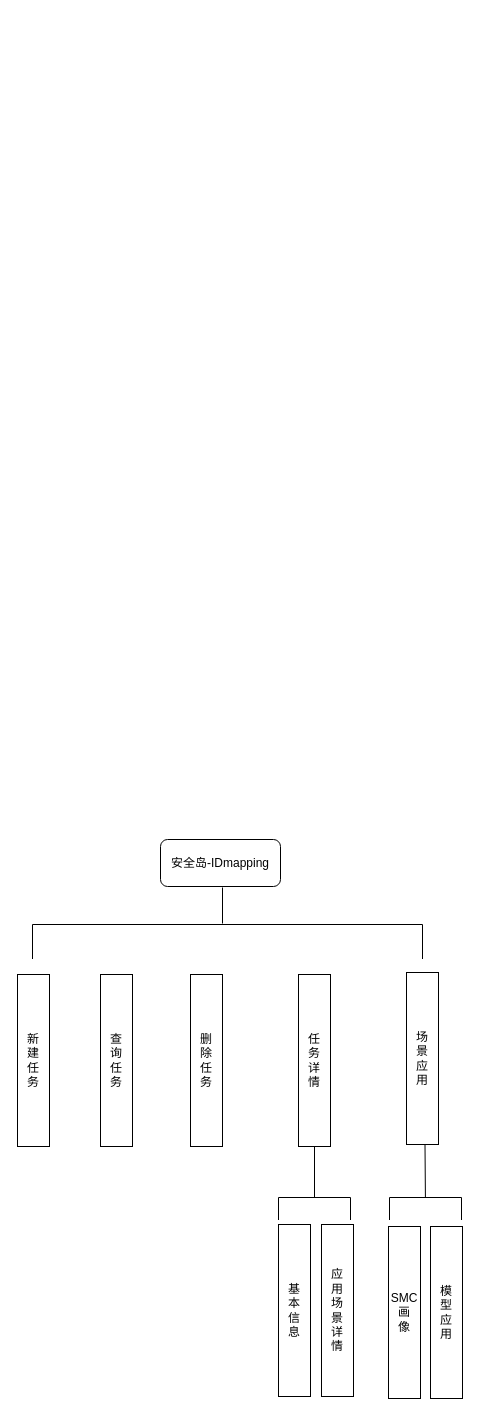
DThadch/draw keeps this draw.io diagram as 安全岛.drawio. Above is the earlier version. Source tidied: cells renumbered, new cells numbered last; positions are measured from the earlier drawing's top-left corner, leaving out a move shared by most shapes. Both pictures are drawn from the tidied source at 100%, with x=0, y=0 at pixel (17, 839).
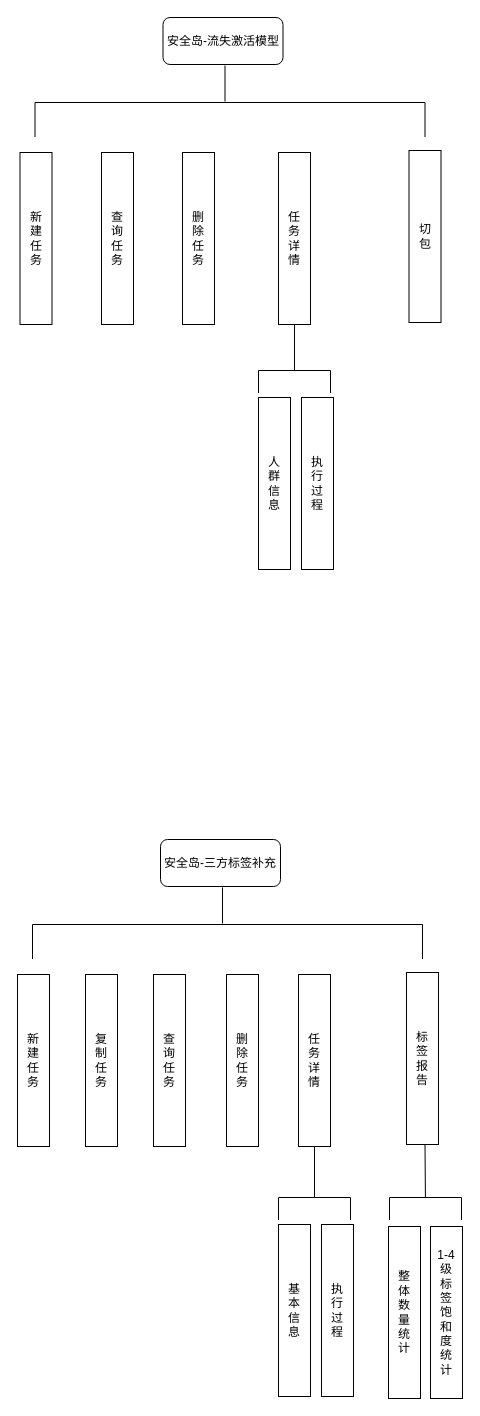
The same page after the edit.

Commit message (it also covers changes not shown here):
更新安全岛.drawio

Diff of the diagram source:
```diff
@@
-    <mxCell id="2" value="安全岛-IDmapping" style="rounded=1;whiteSpace=wrap;html=1;" parent="1" vertex="1">
+    <mxCell id="2" value="安全岛-三方标签补充" style="rounded=1;whiteSpace=wrap;html=1;" parent="1" vertex="1">
       <mxGeometry x="143" width="120" height="47" as="geometry" />
     </mxCell>
@@
     <mxCell id="4" value="查&lt;br&gt;询&lt;br&gt;任&lt;br&gt;务" style="rounded=0;whiteSpace=wrap;html=1;" parent="1" vertex="1">
-      <mxGeometry x="83" y="135" width="32" height="172" as="geometry" />
+      <mxGeometry x="136" y="135" width="32" height="172" as="geometry" />
     </mxCell>
     <mxCell id="5" value="删&lt;br&gt;除&lt;br&gt;任&lt;br&gt;务" style="rounded=0;whiteSpace=wrap;html=1;" parent="1" vertex="1">
-      <mxGeometry x="173" y="135" width="32" height="172" as="geometry" />
+      <mxGeometry x="209" y="135" width="32" height="172" as="geometry" />
     </mxCell>
@@
-    <mxCell id="7" value="场&lt;br&gt;景&lt;br&gt;应&lt;br&gt;用" style="rounded=0;whiteSpace=wrap;html=1;" parent="1" vertex="1">
+    <mxCell id="7" value="标&lt;br&gt;签&lt;br&gt;报&lt;br&gt;告" style="rounded=0;whiteSpace=wrap;html=1;" parent="1" vertex="1">
       <mxGeometry x="389" y="133" width="32" height="172" as="geometry" />
     </mxCell>
@@
-    <mxCell id="9" value="SMC画&lt;br&gt;像" style="rounded=0;whiteSpace=wrap;html=1;" parent="1" vertex="1">
+    <mxCell id="9" value="整&lt;br&gt;体&lt;br&gt;数&lt;br&gt;量&lt;br&gt;统&lt;br&gt;计" style="rounded=0;whiteSpace=wrap;html=1;" parent="1" vertex="1">
       <mxGeometry x="371" y="387" width="32" height="172" as="geometry" />
     </mxCell>
-    <mxCell id="10" value="应&lt;br&gt;用&lt;br&gt;场&lt;br&gt;景&lt;br&gt;详&lt;br&gt;情" style="rounded=0;whiteSpace=wrap;html=1;" parent="1" vertex="1">
+    <mxCell id="10" value="执&lt;br&gt;行&lt;br&gt;过&lt;br&gt;程" style="rounded=0;whiteSpace=wrap;html=1;" parent="1" vertex="1">
       <mxGeometry x="304" y="385" width="32" height="172" as="geometry" />
     </mxCell>
-    <mxCell id="11" value="模&lt;br&gt;型&lt;br&gt;应&lt;br&gt;用" style="rounded=0;whiteSpace=wrap;html=1;" parent="1" vertex="1">
+    <mxCell id="11" value="1-4&lt;br&gt;级&lt;br&gt;标&lt;br&gt;签&lt;br&gt;饱&lt;br&gt;和&lt;br&gt;度&lt;br&gt;统&lt;br&gt;计" style="rounded=0;whiteSpace=wrap;html=1;" parent="1" vertex="1">
       <mxGeometry x="413" y="387" width="32" height="172" as="geometry" />
     </mxCell>
@@
+    <mxCell id="18" value="复&lt;br&gt;制&lt;br&gt;任&lt;br&gt;务" style="rounded=0;whiteSpace=wrap;html=1;" parent="1" vertex="1">
+      <mxGeometry x="68" y="135" width="32" height="172" as="geometry" />
+    </mxCell>
+    <mxCell id="19" value="安全岛-流失激活模型" style="rounded=1;whiteSpace=wrap;html=1;" parent="1" vertex="1">
+      <mxGeometry x="145.5" y="-822" width="120" height="47" as="geometry" />
+    </mxCell>
+    <mxCell id="20" value="新&lt;br&gt;建&lt;br&gt;任&lt;br&gt;务" style="rounded=0;whiteSpace=wrap;html=1;" parent="1" vertex="1">
+      <mxGeometry x="2.5" y="-687" width="32" height="172" as="geometry" />
+    </mxCell>
+    <mxCell id="21" value="查&lt;br&gt;询&lt;br&gt;任&lt;br&gt;务" style="rounded=0;whiteSpace=wrap;html=1;" parent="1" vertex="1">
+      <mxGeometry x="84" y="-687" width="32" height="172" as="geometry" />
+    </mxCell>
+    <mxCell id="22" value="删&lt;br&gt;除&lt;br&gt;任&lt;br&gt;务" style="rounded=0;whiteSpace=wrap;html=1;" parent="1" vertex="1">
+      <mxGeometry x="165" y="-687" width="32" height="172" as="geometry" />
+    </mxCell>
+    <mxCell id="23" value="任&lt;br&gt;务&lt;br&gt;详&lt;br&gt;情" style="rounded=0;whiteSpace=wrap;html=1;" parent="1" vertex="1">
+      <mxGeometry x="261" y="-687" width="32" height="172" as="geometry" />
+    </mxCell>
+    <mxCell id="24" value="切&lt;br&gt;包" style="rounded=0;whiteSpace=wrap;html=1;" parent="1" vertex="1">
+      <mxGeometry x="391.5" y="-689" width="32" height="172" as="geometry" />
+    </mxCell>
+    <mxCell id="25" value="人&lt;br&gt;群&lt;br&gt;信&lt;br&gt;息" style="rounded=0;whiteSpace=wrap;html=1;" parent="1" vertex="1">
+      <mxGeometry x="241" y="-442" width="32" height="172" as="geometry" />
+    </mxCell>
+    <mxCell id="26" value="执&lt;br&gt;行&lt;br&gt;过&lt;br&gt;程" style="rounded=0;whiteSpace=wrap;html=1;" parent="1" vertex="1">
+      <mxGeometry x="284" y="-442" width="32" height="172" as="geometry" />
+    </mxCell>
+    <mxCell id="27" style="shape=partialRectangle;whiteSpace=wrap;html=1;bottom=1;right=1;left=1;top=0;fillColor=none;routingCenterX=-0.5;direction=west;" parent="1" vertex="1">
+      <mxGeometry x="17.5" y="-737" width="390" height="34" as="geometry" />
+    </mxCell>
+    <mxCell id="28" style="shape=partialRectangle;whiteSpace=wrap;html=1;bottom=1;right=1;left=1;top=0;fillColor=none;routingCenterX=-0.5;direction=west;" parent="1" vertex="1">
+      <mxGeometry x="241" y="-469" width="72" height="22" as="geometry" />
+    </mxCell>
+    <mxCell id="29" style="endArrow=none;html=1;rounded=0;entryX=0.5;entryY=1;entryDx=0;entryDy=0;exitX=0.5;exitY=1;exitDx=0;exitDy=0;" parent="1" edge="1" source="28" target="23">
+      <mxGeometry relative="1" as="geometry" />
+    </mxCell>
+    <mxCell id="30" style="endArrow=none;html=1;rounded=0;" parent="1" edge="1">
+      <mxGeometry relative="1" as="geometry">
+        <mxPoint x="207.5" y="-738" as="sourcePoint" />
+        <mxPoint x="207.5" y="-774" as="targetPoint" />
+      </mxGeometry>
+    </mxCell>
```
